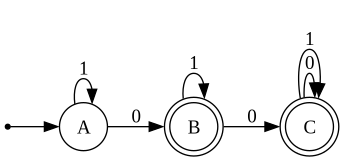
Daniels1610/DFA-to-CFG keeps this Graphviz diagram as webapp/webapp/static/dfa.gv.png. Above is the earlier version. Its source is kept beside it as webapp/webapp/static/dfa.gv.
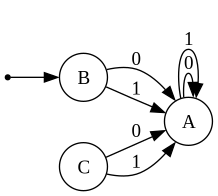
The same diagram one commit later.

Change to the diagram source:
```diff
@@ -2,15 +2,15 @@
 	rankdir=LR
 	node [shape=circle]
 	qi [shape=point]
+	B
+	qi -> B
 	A
-	qi -> A
-	A
-	B [shape=doublecircle]
-	C [shape=doublecircle]
-	A -> B [label=0]
+	B
+	C
+	A -> A [label=0]
 	A -> A [label=1]
-	B -> C [label=0]
-	B -> B [label=1]
-	C -> C [label=0]
-	C -> C [label=1]
+	B -> A [label=0]
+	B -> A [label=1]
+	C -> A [label=0]
+	C -> A [label=1]
 }
```
